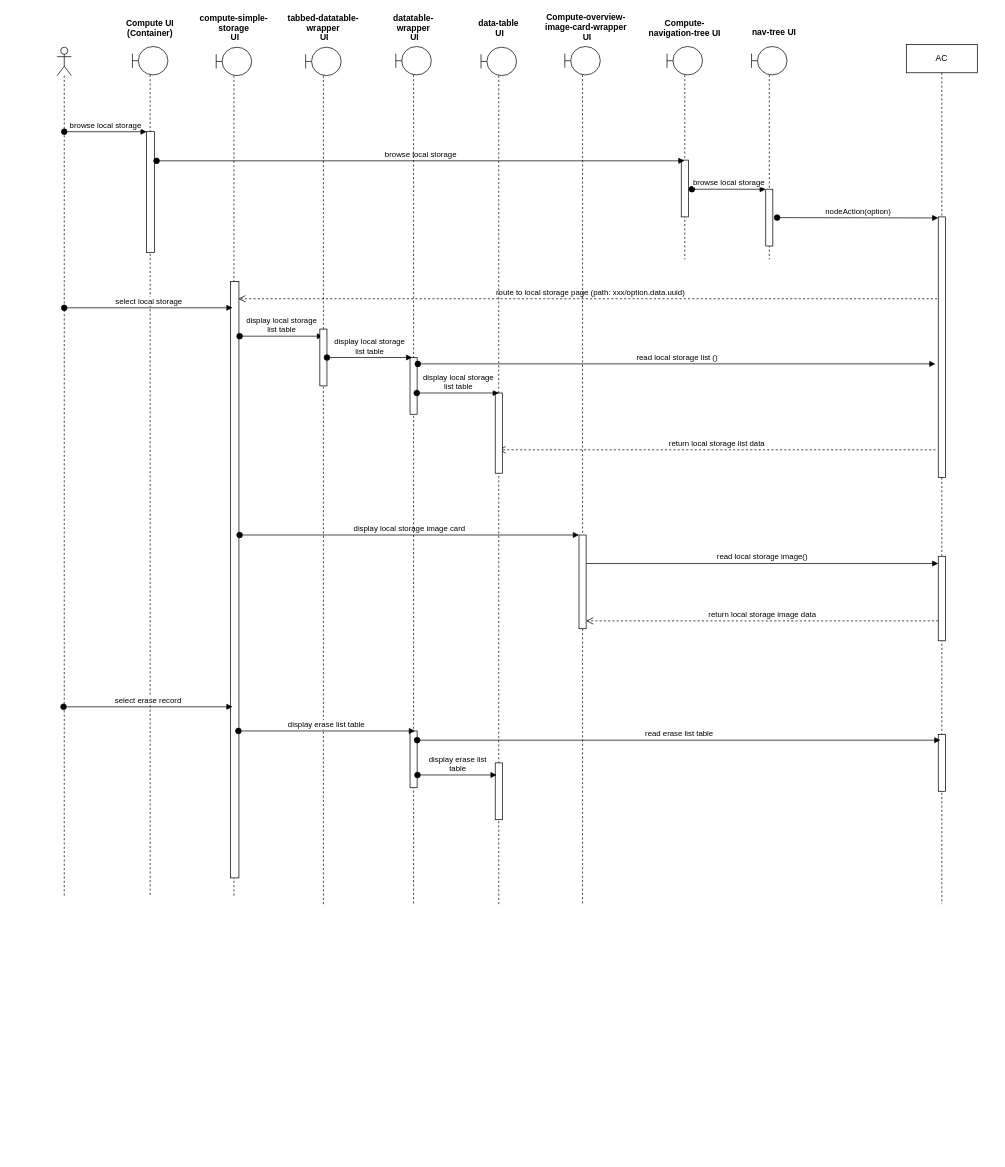
hsiaofung/UML keeps this draw.io diagram as page 45 of 46 of Untitled Diagram.drawio. Above is the earlier version. Source tidied: cells renumbered, new cells numbered last; positions are measured from the earlier drawing's top-left corner, leaving out a move shared by most shapes. Both pictures are drawn from the tidied source at 71%, with x=0, y=0 at pixel (57, 18).
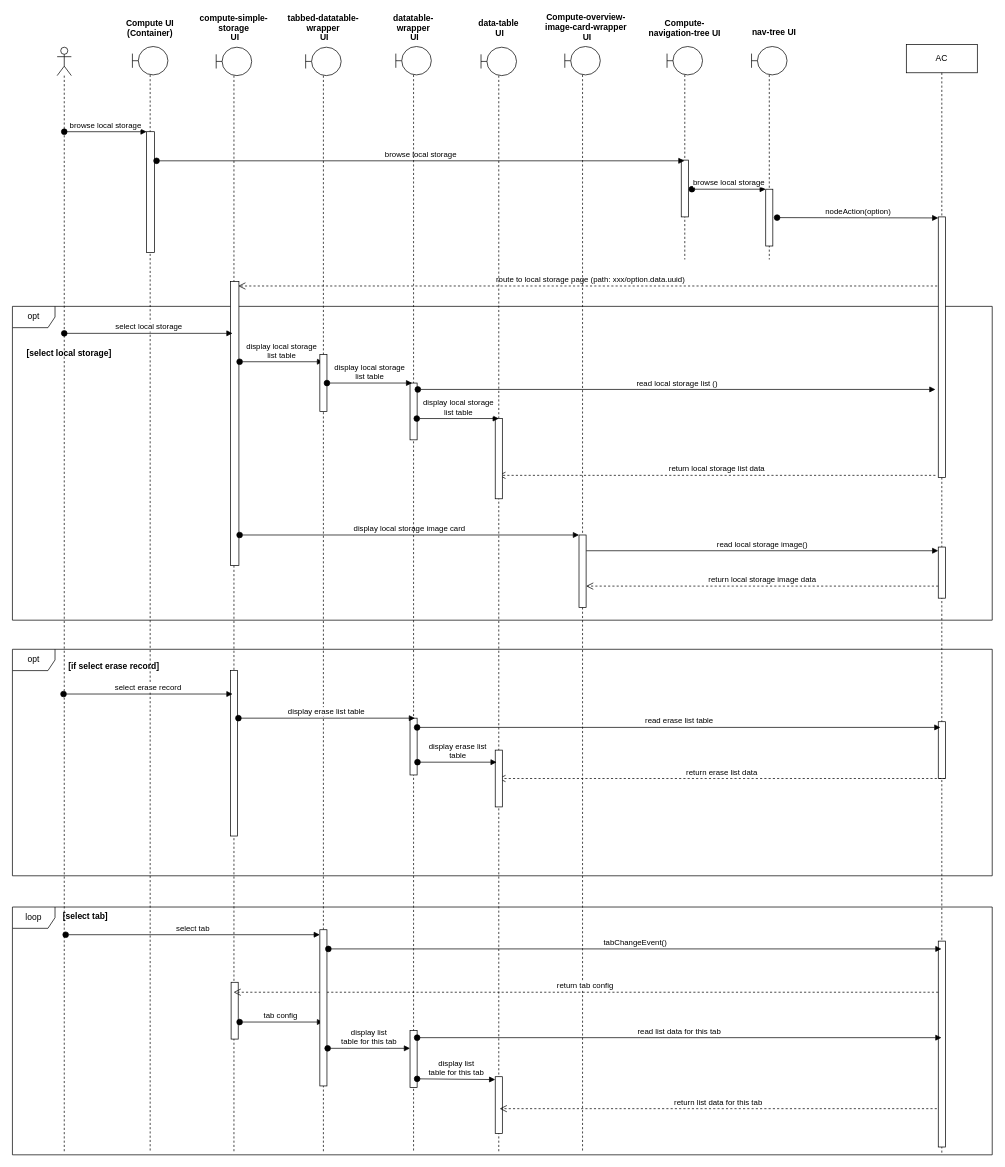
The same diagram, later.

Change to the diagram source:
```diff
@@
+    <mxCell id="51" value="opt" style="shape=umlFrame;whiteSpace=wrap;html=1;" parent="1" vertex="1">
+      <mxGeometry x="-63" y="406" width="1380" height="442" as="geometry" />
+    </mxCell>
+    <mxCell id="52" value="opt" style="shape=umlFrame;whiteSpace=wrap;html=1;" parent="1" vertex="1">
+      <mxGeometry x="-63" y="889" width="1380" height="319" as="geometry" />
+    </mxCell>
+    <mxCell id="53" value="loop" style="shape=umlFrame;whiteSpace=wrap;html=1;" parent="1" vertex="1">
+      <mxGeometry x="-63" y="1252" width="1380" height="349" as="geometry" />
+    </mxCell>
     <mxCell id="2" style="shape=umlLifeline;participant=umlActor;perimeter=lifelinePerimeter;whiteSpace=wrap;html=1;verticalAlign=top;spacingTop=36;" parent="1" vertex="1">
-      <mxGeometry y="41" width="20" height="1197" as="geometry" />
+      <mxGeometry y="41" width="20" height="1557" as="geometry" />
     </mxCell>
     <mxCell id="3" style="shape=umlLifeline;participant=umlBoundary;perimeter=lifelinePerimeter;whiteSpace=wrap;html=1;verticalAlign=top;spacingTop=36;" parent="1" vertex="1">
-      <mxGeometry x="106" y="40" width="50" height="1198" as="geometry" />
+      <mxGeometry x="106" y="40" width="50" height="1558" as="geometry" />
     </mxCell>
@@
-    <mxCell id="16" value="route to local storage page (path: xxx/option.data.uuid)" style="html=1;verticalAlign=bottom;endArrow=open;dashed=1;endSize=8;rounded=0;" parent="1" edge="1" source="27">
+    <mxCell id="16" value="route to local storage page (path: xxx/option.data.uuid)" style="html=1;verticalAlign=bottom;endArrow=open;dashed=1;endSize=8;rounded=0;" parent="1" edge="1">
       <mxGeometry relative="1" as="geometry">
-        <mxPoint x="255.1" y="395.3" as="targetPoint" />
+        <mxPoint x="1245.5" y="377.3" as="sourcePoint" />
+        <mxPoint x="255.1" y="377.3" as="targetPoint" />
       </mxGeometry>
     </mxCell>
     <mxCell id="17" style="shape=umlLifeline;participant=umlBoundary;perimeter=lifelinePerimeter;whiteSpace=wrap;html=1;verticalAlign=top;spacingTop=36;" parent="1" vertex="1">
-      <mxGeometry x="224" y="41" width="50" height="1197" as="geometry" />
+      <mxGeometry x="224" y="41" width="50" height="1557" as="geometry" />
     </mxCell>
     <mxCell id="18" style="html=1;perimeter=orthogonalPerimeter;" parent="17" vertex="1">
-      <mxGeometry x="20" y="330" width="12" height="840" as="geometry" />
+      <mxGeometry x="20" y="330" width="12" height="400" as="geometry" />
     </mxCell>
+    <mxCell id="54" style="html=1;perimeter=orthogonalPerimeter;" parent="17" vertex="1">
+      <mxGeometry x="20" y="878" width="10" height="233" as="geometry" />
+    </mxCell>
+    <mxCell id="55" style="html=1;perimeter=orthogonalPerimeter;" parent="17" vertex="1">
+      <mxGeometry x="21" y="1317" width="10" height="80" as="geometry" />
+    </mxCell>
+    <mxCell id="56" value="tab config&amp;nbsp;" style="html=1;verticalAlign=bottom;startArrow=oval;startFill=1;endArrow=block;startSize=8;rounded=0;" parent="17" edge="1">
+      <mxGeometry relative="1" as="geometry">
+        <mxPoint x="33" y="1373" as="sourcePoint" />
+        <mxPoint x="150.5" y="1373" as="targetPoint" />
+      </mxGeometry>
+    </mxCell>
@@
-    <mxCell id="20" value="display local storage &lt;br&gt;list table" style="html=1;verticalAlign=bottom;startArrow=oval;endArrow=block;startSize=8;rounded=0;" parent="1" edge="1" target="32">
+    <mxCell id="20" value="display local storage &lt;br&gt;list table" style="html=1;verticalAlign=bottom;startArrow=oval;endArrow=block;startSize=8;rounded=0;" parent="1" edge="1">
       <mxGeometry relative="1" as="geometry">
-        <mxPoint x="257" y="448" as="sourcePoint" />
+        <mxPoint x="257" y="484" as="sourcePoint" />
+        <mxPoint x="374.5" y="484" as="targetPoint" />
       </mxGeometry>
     </mxCell>
     <mxCell id="21" style="shape=umlLifeline;participant=umlBoundary;perimeter=lifelinePerimeter;whiteSpace=wrap;html=1;verticalAlign=top;spacingTop=36;" parent="1" vertex="1">
-      <mxGeometry x="715" y="40" width="50" height="1208" as="geometry" />
+      <mxGeometry x="715" y="40" width="50" height="1558" as="geometry" />
     </mxCell>
     <mxCell id="22" style="html=1;points=[];perimeter=orthogonalPerimeter;" parent="21" vertex="1">
-      <mxGeometry x="20" y="688" width="10" height="132" as="geometry" />
+      <mxGeometry x="20" y="688" width="10" height="102" as="geometry" />
     </mxCell>
@@
     <mxCell id="25" value="read local storage image()" style="html=1;verticalAlign=bottom;endArrow=block;entryX=0.39;entryY=0.777;rounded=0;entryDx=0;entryDy=0;entryPerimeter=0;" parent="1" edge="1">
       <mxGeometry relative="1" as="geometry">
-        <mxPoint x="745.3" y="768.2" as="sourcePoint" />
-        <mxPoint x="1241" y="768.2" as="targetPoint" />
+        <mxPoint x="745.3" y="750.2" as="sourcePoint" />
+        <mxPoint x="1241" y="750.2" as="targetPoint" />
       </mxGeometry>
     </mxCell>
     <mxCell id="26" value="return local storage image data" style="html=1;verticalAlign=bottom;endArrow=open;dashed=1;endSize=8;rounded=0;" parent="1" edge="1">
       <mxGeometry relative="1" as="geometry">
-        <mxPoint x="1241" y="849" as="sourcePoint" />
-        <mxPoint x="745" y="849" as="targetPoint" />
+        <mxPoint x="1241" y="800" as="sourcePoint" />
+        <mxPoint x="745" y="800" as="targetPoint" />
       </mxGeometry>
     </mxCell>
     <mxCell id="27" value="AC" style="shape=umlLifeline;perimeter=lifelinePerimeter;whiteSpace=wrap;html=1;outlineConnect=0;" parent="1" vertex="1">
-      <mxGeometry x="1196" y="37" width="100" height="1211" as="geometry" />
+      <mxGeometry x="1196" y="37" width="100" height="1561" as="geometry" />
     </mxCell>
@@
     <mxCell id="29" style="html=1;perimeter=orthogonalPerimeter;" parent="27" vertex="1">
-      <mxGeometry x="45" y="721" width="10" height="119" as="geometry" />
+      <mxGeometry x="45" y="708" width="10" height="72" as="geometry" />
     </mxCell>
-    <mxCell id="30" style="html=1;perimeter=orthogonalPerimeter;" parent="27" vertex="1">
-      <mxGeometry x="45" y="972" width="10" height="80" as="geometry" />
-    </mxCell>
+    <mxCell id="57" style="html=1;perimeter=orthogonalPerimeter;" parent="27" vertex="1">
+      <mxGeometry x="45" y="1263" width="10" height="290" as="geometry" />
+    </mxCell>
+    <mxCell id="58" value="return tab config&amp;nbsp;" style="html=1;verticalAlign=bottom;endArrow=open;dashed=1;endSize=8;rounded=0;" parent="27" edge="1">
+      <mxGeometry relative="1" as="geometry">
+        <mxPoint x="45" y="1335" as="sourcePoint" />
+        <mxPoint x="-947.5" y="1335" as="targetPoint" />
+      </mxGeometry>
+    </mxCell>
-    <mxCell id="31" value="return local storage list data" style="html=1;verticalAlign=bottom;endArrow=open;dashed=1;endSize=8;rounded=0;" parent="1" edge="1" target="40">
+    <mxCell id="31" value="return local storage list data" style="html=1;verticalAlign=bottom;endArrow=open;dashed=1;endSize=8;rounded=0;" parent="1" edge="1">
       <mxGeometry relative="1" as="geometry">
-        <mxPoint x="1237" y="608" as="sourcePoint" />
+        <mxPoint x="1237" y="644" as="sourcePoint" />
+        <mxPoint x="621.4" y="644" as="targetPoint" />
       </mxGeometry>
     </mxCell>
     <mxCell id="32" style="shape=umlLifeline;participant=umlBoundary;perimeter=lifelinePerimeter;whiteSpace=wrap;html=1;verticalAlign=top;spacingTop=36;outlineConnect=0;" parent="1" vertex="1">
-      <mxGeometry x="350" y="41" width="50" height="1207" as="geometry" />
+      <mxGeometry x="350" y="41" width="50" height="1557" as="geometry" />
     </mxCell>
+    <mxCell id="59" style="html=1;points=[];perimeter=orthogonalPerimeter;" parent="32" vertex="1">
+      <mxGeometry x="20" y="1243" width="10" height="220" as="geometry" />
+    </mxCell>
     <mxCell id="33" style="html=1;perimeter=orthogonalPerimeter;" parent="32" vertex="1">
-      <mxGeometry x="20" y="397" width="10" height="80" as="geometry" />
+      <mxGeometry x="20" y="433" width="10" height="80" as="geometry" />
     </mxCell>
@@
     <mxCell id="35" style="shape=umlLifeline;participant=umlBoundary;perimeter=lifelinePerimeter;whiteSpace=wrap;html=1;verticalAlign=top;spacingTop=36;" parent="1" vertex="1">
-      <mxGeometry x="477" y="40" width="50" height="1208" as="geometry" />
+      <mxGeometry x="477" y="40" width="50" height="1558" as="geometry" />
     </mxCell>
     <mxCell id="36" style="html=1;perimeter=orthogonalPerimeter;" parent="35" vertex="1">
-      <mxGeometry x="20" y="438" width="10" height="80" as="geometry" />
+      <mxGeometry x="20" y="474" width="10" height="80" as="geometry" />
     </mxCell>
-    <mxCell id="37" style="html=1;perimeter=orthogonalPerimeter;" parent="35" vertex="1">
-      <mxGeometry x="20" y="964" width="10" height="80" as="geometry" />
-    </mxCell>
+    <mxCell id="60" style="html=1;perimeter=orthogonalPerimeter;" parent="35" vertex="1">
+      <mxGeometry x="20" y="1386" width="10" height="80" as="geometry" />
+    </mxCell>
@@
     <mxCell id="39" value="display local storage &lt;br&gt;list table" style="html=1;verticalAlign=bottom;startArrow=oval;endArrow=block;startSize=8;rounded=0;" parent="1" edge="1">
       <mxGeometry relative="1" as="geometry">
-        <mxPoint x="380" y="478" as="sourcePoint" />
-        <mxPoint x="500" y="478" as="targetPoint" />
+        <mxPoint x="380" y="514" as="sourcePoint" />
+        <mxPoint x="500" y="514" as="targetPoint" />
       </mxGeometry>
     </mxCell>
     <mxCell id="40" style="shape=umlLifeline;participant=umlBoundary;perimeter=lifelinePerimeter;whiteSpace=wrap;html=1;verticalAlign=top;spacingTop=36;outlineConnect=0;" parent="1" vertex="1">
-      <mxGeometry x="597" y="41" width="50" height="1207" as="geometry" />
+      <mxGeometry x="597" y="41" width="50" height="1557" as="geometry" />
     </mxCell>
     <mxCell id="41" style="html=1;perimeter=orthogonalPerimeter;" parent="40" vertex="1">
-      <mxGeometry x="20" y="487" width="10" height="113" as="geometry" />
+      <mxGeometry x="20" y="523" width="10" height="113" as="geometry" />
     </mxCell>
-    <mxCell id="42" style="html=1;perimeter=orthogonalPerimeter;" parent="40" vertex="1">
-      <mxGeometry x="20" y="1008" width="10" height="80" as="geometry" />
-    </mxCell>
+    <mxCell id="61" style="html=1;perimeter=orthogonalPerimeter;" parent="40" vertex="1">
+      <mxGeometry x="20" y="1450" width="10" height="80" as="geometry" />
+    </mxCell>
@@
     <mxCell id="44" value="display local storage&lt;br style=&quot;border-color: var(--border-color);&quot;&gt;list table" style="html=1;verticalAlign=bottom;startArrow=oval;endArrow=block;startSize=8;rounded=0;" parent="1" edge="1">
       <mxGeometry relative="1" as="geometry">
-        <mxPoint x="506.5" y="528" as="sourcePoint" />
-        <mxPoint x="622" y="528" as="targetPoint" />
+        <mxPoint x="506.5" y="564" as="sourcePoint" />
+        <mxPoint x="622" y="564" as="targetPoint" />
       </mxGeometry>
     </mxCell>
     <mxCell id="45" value="read local storage list ()" style="html=1;verticalAlign=bottom;startArrow=oval;endArrow=block;startSize=8;rounded=0;entryX=-0.1;entryY=0.386;entryDx=0;entryDy=0;entryPerimeter=0;exitX=1.4;exitY=0.113;exitDx=0;exitDy=0;exitPerimeter=0;" parent="1" edge="1">
       <mxGeometry relative="1" as="geometry">
-        <mxPoint x="508" y="487" as="sourcePoint" />
-        <mxPoint x="1237" y="487" as="targetPoint" />
+        <mxPoint x="508" y="523" as="sourcePoint" />
+        <mxPoint x="1237" y="523" as="targetPoint" />
       </mxGeometry>
     </mxCell>
     <mxCell id="46" value="select local storage" style="html=1;verticalAlign=bottom;startArrow=oval;startFill=1;endArrow=block;startSize=8;rounded=0;" parent="1" edge="1">
       <mxGeometry relative="1" as="geometry">
-        <mxPoint x="10" y="408" as="sourcePoint" />
-        <mxPoint x="247" y="408" as="targetPoint" />
+        <mxPoint x="10" y="444" as="sourcePoint" />
+        <mxPoint x="247" y="444" as="targetPoint" />
       </mxGeometry>
     </mxCell>
+    <mxCell id="62" value="select tab" style="html=1;verticalAlign=bottom;startArrow=oval;endArrow=block;startSize=8;rounded=0;" parent="1" edge="1" target="59">
+      <mxGeometry relative="1" as="geometry">
+        <mxPoint x="12" y="1291" as="sourcePoint" />
+      </mxGeometry>
+    </mxCell>
+    <mxCell id="63" value="display list &lt;br&gt;table for this tab" style="html=1;verticalAlign=bottom;startArrow=oval;endArrow=block;startSize=8;rounded=0;" parent="1" edge="1">
+      <mxGeometry relative="1" as="geometry">
+        <mxPoint x="381" y="1451" as="sourcePoint" />
+        <mxPoint x="497" y="1451" as="targetPoint" />
+      </mxGeometry>
+    </mxCell>
+    <mxCell id="64" value="display list &lt;br&gt;table for this tab" style="html=1;verticalAlign=bottom;startArrow=oval;endArrow=block;startSize=8;rounded=0;" parent="1" edge="1">
+      <mxGeometry relative="1" as="geometry">
+        <mxPoint x="507" y="1494" as="sourcePoint" />
+        <mxPoint x="617" y="1495" as="targetPoint" />
+      </mxGeometry>
+    </mxCell>
+    <mxCell id="65" value="read list data for this tab" style="html=1;verticalAlign=bottom;startArrow=oval;startFill=1;endArrow=block;startSize=8;rounded=0;" parent="1" edge="1">
+      <mxGeometry relative="1" as="geometry">
+        <mxPoint x="507" y="1436" as="sourcePoint" />
+        <mxPoint x="1245.5" y="1436" as="targetPoint" />
+      </mxGeometry>
+    </mxCell>
+    <mxCell id="66" value="return list data for this tab" style="html=1;verticalAlign=bottom;endArrow=open;dashed=1;endSize=8;rounded=0;" parent="1" edge="1">
+      <mxGeometry relative="1" as="geometry">
+        <mxPoint x="1239" y="1536" as="sourcePoint" />
+        <mxPoint x="623.3" y="1536" as="targetPoint" />
+      </mxGeometry>
+    </mxCell>
+    <mxCell id="67" value="tabChangeEvent()" style="html=1;verticalAlign=bottom;startArrow=oval;startFill=1;endArrow=block;startSize=8;rounded=0;" parent="1" edge="1">
+      <mxGeometry relative="1" as="geometry">
+        <mxPoint x="382" y="1311" as="sourcePoint" />
+        <mxPoint x="1245.5" y="1311" as="targetPoint" />
+      </mxGeometry>
+    </mxCell>
+    <mxCell id="68" value="[select tab]" style="text;align=center;fontStyle=1;verticalAlign=middle;spacingLeft=3;spacingRight=3;strokeColor=none;" parent="1" vertex="1">
+      <mxGeometry y="1252" width="80" height="26" as="geometry" />
+    </mxCell>
+    <mxCell id="69" style="html=1;perimeter=orthogonalPerimeter;" parent="1" vertex="1">
+      <mxGeometry x="1241" y="991" width="10" height="80" as="geometry" />
+    </mxCell>
+    <mxCell id="70" value="return erase list data" style="html=1;verticalAlign=bottom;endArrow=open;dashed=1;endSize=8;rounded=0;" parent="1" edge="1">
+      <mxGeometry relative="1" as="geometry">
+        <mxPoint x="1251" y="1071" as="sourcePoint" />
+        <mxPoint x="621.4" y="1071" as="targetPoint" />
+      </mxGeometry>
+    </mxCell>
+    <mxCell id="71" style="html=1;perimeter=orthogonalPerimeter;" parent="1" vertex="1">
+      <mxGeometry x="497" y="986" width="10" height="80" as="geometry" />
+    </mxCell>
+    <mxCell id="72" style="html=1;perimeter=orthogonalPerimeter;" parent="1" vertex="1">
+      <mxGeometry x="617" y="1031" width="10" height="80" as="geometry" />
+    </mxCell>
     <mxCell id="47" value="select erase record" style="html=1;verticalAlign=bottom;startArrow=oval;startFill=1;endArrow=block;startSize=8;rounded=0;" parent="1" edge="1">
       <mxGeometry relative="1" as="geometry">
-        <mxPoint x="9" y="970" as="sourcePoint" />
-        <mxPoint x="247" y="970" as="targetPoint" />
+        <mxPoint x="9" y="952" as="sourcePoint" />
+        <mxPoint x="247" y="952" as="targetPoint" />
       </mxGeometry>
     </mxCell>
     <mxCell id="48" value="display erase list table" style="html=1;verticalAlign=bottom;startArrow=oval;endArrow=block;startSize=8;rounded=0;" parent="1" edge="1">
       <mxGeometry relative="1" as="geometry">
-        <mxPoint x="255.3" y="1004" as="sourcePoint" />
-        <mxPoint x="504" y="1004" as="targetPoint" />
+        <mxPoint x="255.3" y="986" as="sourcePoint" />
+        <mxPoint x="504" y="986" as="targetPoint" />
       </mxGeometry>
     </mxCell>
     <mxCell id="49" value="display erase list &lt;br&gt;table" style="html=1;verticalAlign=bottom;startArrow=oval;endArrow=block;startSize=8;rounded=0;" parent="1" edge="1">
       <mxGeometry relative="1" as="geometry">
-        <mxPoint x="507.5" y="1066" as="sourcePoint" />
-        <mxPoint x="619" y="1066" as="targetPoint" />
+        <mxPoint x="507.5" y="1048" as="sourcePoint" />
+        <mxPoint x="619" y="1048" as="targetPoint" />
       </mxGeometry>
     </mxCell>
     <mxCell id="50" value="read erase list table" style="html=1;verticalAlign=bottom;startArrow=oval;endArrow=block;startSize=8;rounded=0;entryX=0.6;entryY=0.163;entryDx=0;entryDy=0;entryPerimeter=0;" parent="1" edge="1">
       <mxGeometry relative="1" as="geometry">
-        <mxPoint x="507" y="1017" as="sourcePoint" />
-        <mxPoint x="1244" y="1017" as="targetPoint" />
+        <mxPoint x="507" y="999" as="sourcePoint" />
+        <mxPoint x="1244" y="999" as="targetPoint" />
       </mxGeometry>
     </mxCell>
+    <mxCell id="73" value="[select local storage]" style="text;align=center;fontStyle=1;verticalAlign=middle;spacingLeft=3;spacingRight=3;strokeColor=none;" parent="1" vertex="1">
+      <mxGeometry x="-23" y="458" width="80" height="26" as="geometry" />
+    </mxCell>
+    <mxCell id="74" value="[if select erase record]" style="text;align=center;fontStyle=1;verticalAlign=middle;spacingLeft=3;spacingRight=3;strokeColor=none;" parent="1" vertex="1">
+      <mxGeometry x="40" y="899" width="80" height="26" as="geometry" />
+    </mxCell>
```
